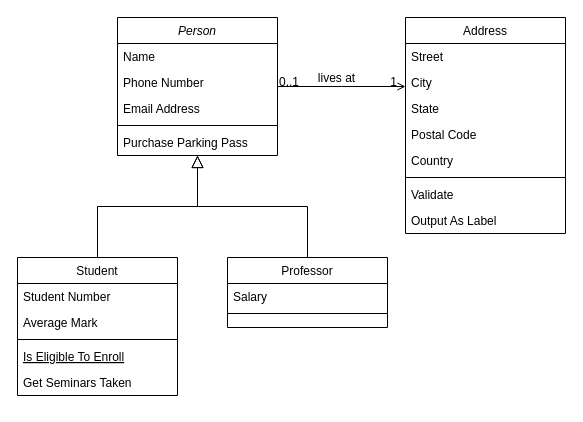
Earlier version of the draw.io diagram Untitled Diagram.drawio (schmiJo/isaacgym_sandbox). Source tidied: cells renumbered, new cells numbered last; positions are measured from the earlier drawing's top-left corner, leaving out a move shared by most shapes. Both pictures are drawn from the tidied source at 100%, with x=0, y=0 at pixel (17, 17).
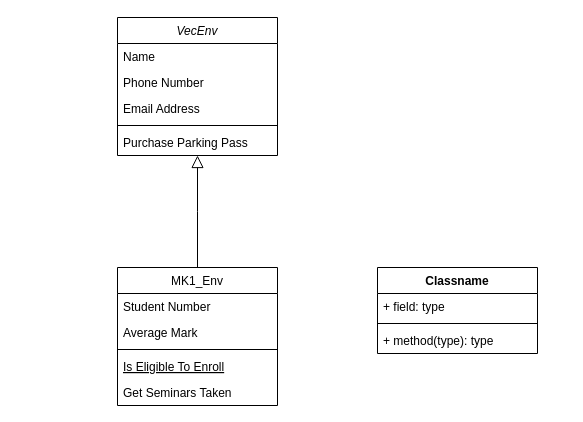
The same diagram, later.

The edit, as a diff of the source:
```diff
@@
-    <mxCell id="2" value="Person" style="swimlane;fontStyle=2;align=center;verticalAlign=top;horizontal=1;startSize=26;rounded=0;shadow=0;strokeWidth=1;" parent="1" vertex="1">
+    <mxCell id="2" value="VecEnv" style="swimlane;fontStyle=2;align=center;verticalAlign=top;horizontal=1;startSize=26;rounded=0;shadow=0;strokeWidth=1;" parent="1" vertex="1">
       <mxGeometry x="100" width="160" height="138" as="geometry" />
     </mxCell>
@@
-    <mxCell id="8" value="Student" style="swimlane;fontStyle=0;align=center;verticalAlign=top;horizontal=1;startSize=26;rounded=0;shadow=0;strokeWidth=1;" parent="1" vertex="1">
-      <mxGeometry y="240" width="160" height="138" as="geometry" />
+    <mxCell id="8" value="MK1_Env" style="swimlane;fontStyle=0;align=center;verticalAlign=top;horizontal=1;startSize=26;rounded=0;shadow=0;strokeWidth=1;" parent="1" vertex="1">
+      <mxGeometry x="100" y="250" width="160" height="138" as="geometry" />
     </mxCell>
@@
-    <mxCell id="15" value="Professor" style="swimlane;fontStyle=0;align=center;verticalAlign=top;horizontal=1;startSize=26;rounded=0;shadow=0;strokeWidth=1;" parent="1" vertex="1">
-      <mxGeometry x="210" y="240" width="160" height="70" as="geometry" />
-    </mxCell>
-    <mxCell id="16" value="Salary" style="text;align=left;verticalAlign=top;spacingLeft=4;spacingRight=4;overflow=hidden;" parent="15" vertex="1">
-      <mxGeometry y="26" width="160" height="26" as="geometry" />
-    </mxCell>
-    <mxCell id="17" style="line;html=1;strokeWidth=1;align=left;verticalAlign=middle;spacingTop=-1;spacingLeft=3;spacingRight=3;labelPosition=right;" parent="15" vertex="1">
-      <mxGeometry y="52" width="160" height="8" as="geometry" />
-    </mxCell>
-    <mxCell id="18" style="endArrow=block;endSize=10;endFill=0;shadow=0;strokeWidth=1;rounded=0;edgeStyle=elbowEdgeStyle;elbow=vertical;" parent="1" edge="1" source="15" target="2">
-      <mxGeometry relative="1" as="geometry" />
-    </mxCell>
-    <mxCell id="19" value="Address" style="swimlane;fontStyle=0;align=center;verticalAlign=top;horizontal=1;startSize=26;rounded=0;shadow=0;strokeWidth=1;" parent="1" vertex="1">
-      <mxGeometry x="388" width="160" height="216" as="geometry" />
-    </mxCell>
-    <mxCell id="20" value="Street" style="text;align=left;verticalAlign=top;spacingLeft=4;spacingRight=4;overflow=hidden;" parent="19" vertex="1">
-      <mxGeometry y="26" width="160" height="26" as="geometry" />
-    </mxCell>
-    <mxCell id="21" value="City" style="text;align=left;verticalAlign=top;spacingLeft=4;spacingRight=4;overflow=hidden;rounded=0;shadow=0;html=0;" parent="19" vertex="1">
-      <mxGeometry y="52" width="160" height="26" as="geometry" />
-    </mxCell>
-    <mxCell id="22" value="State" style="text;align=left;verticalAlign=top;spacingLeft=4;spacingRight=4;overflow=hidden;rounded=0;shadow=0;html=0;" parent="19" vertex="1">
-      <mxGeometry y="78" width="160" height="26" as="geometry" />
-    </mxCell>
-    <mxCell id="23" value="Postal Code" style="text;align=left;verticalAlign=top;spacingLeft=4;spacingRight=4;overflow=hidden;rounded=0;shadow=0;html=0;" parent="19" vertex="1">
-      <mxGeometry y="104" width="160" height="26" as="geometry" />
-    </mxCell>
-    <mxCell id="24" value="Country" style="text;align=left;verticalAlign=top;spacingLeft=4;spacingRight=4;overflow=hidden;rounded=0;shadow=0;html=0;" parent="19" vertex="1">
-      <mxGeometry y="130" width="160" height="26" as="geometry" />
-    </mxCell>
-    <mxCell id="25" style="line;html=1;strokeWidth=1;align=left;verticalAlign=middle;spacingTop=-1;spacingLeft=3;spacingRight=3;labelPosition=right;" parent="19" vertex="1">
-      <mxGeometry y="156" width="160" height="8" as="geometry" />
-    </mxCell>
-    <mxCell id="26" value="Validate" style="text;align=left;verticalAlign=top;spacingLeft=4;spacingRight=4;overflow=hidden;" parent="19" vertex="1">
-      <mxGeometry y="164" width="160" height="26" as="geometry" />
-    </mxCell>
-    <mxCell id="27" value="Output As Label" style="text;align=left;verticalAlign=top;spacingLeft=4;spacingRight=4;overflow=hidden;" parent="19" vertex="1">
-      <mxGeometry y="190" width="160" height="26" as="geometry" />
-    </mxCell>
-    <mxCell id="28" style="endArrow=open;shadow=0;strokeWidth=1;rounded=0;endFill=1;edgeStyle=elbowEdgeStyle;elbow=vertical;" parent="1" edge="1" source="2" target="19">
-      <mxGeometry x="0.5" y="41" relative="1" as="geometry">
-        <mxPoint x="-40" y="32" as="offset" />
-      </mxGeometry>
-    </mxCell>
-    <mxCell id="29" value="0..1" style="align=left;verticalAlign=bottom;labelBackgroundColor=none;fontSize=12;" parent="28" vertex="1">
-      <mxGeometry x="-1" relative="1" as="geometry">
-        <mxPoint y="4" as="offset" />
-      </mxGeometry>
-    </mxCell>
-    <mxCell id="30" value="1" style="align=right;verticalAlign=bottom;labelBackgroundColor=none;fontSize=12;" parent="28" vertex="1">
-      <mxGeometry x="1" relative="1" as="geometry">
-        <mxPoint x="-7" y="4" as="offset" />
-      </mxGeometry>
-    </mxCell>
-    <mxCell id="31" value="lives at" style="text;html=1;align=center;verticalAlign=middle;labelBackgroundColor=none;rounded=0;shadow=0;strokeWidth=1;fontSize=12;" parent="28" vertex="1">
-      <mxGeometry x="0.5" y="49" relative="1" as="geometry">
-        <mxPoint x="-38" y="40" as="offset" />
-      </mxGeometry>
-    </mxCell>
+    <mxCell id="32" value="Classname" style="swimlane;fontStyle=1;align=center;verticalAlign=top;horizontal=1;startSize=26;" parent="1" vertex="1">
+      <mxGeometry x="360" y="250" width="160" height="86" as="geometry" />
+    </mxCell>
+    <mxCell id="33" value="+ field: type" style="text;strokeColor=none;fillColor=none;align=left;verticalAlign=top;spacingLeft=4;spacingRight=4;overflow=hidden;" parent="32" vertex="1">
+      <mxGeometry y="26" width="160" height="26" as="geometry" />
+    </mxCell>
+    <mxCell id="34" style="line;strokeWidth=1;fillColor=none;align=left;verticalAlign=middle;spacingTop=-1;spacingLeft=3;spacingRight=3;labelPosition=right;" parent="32" vertex="1">
+      <mxGeometry y="52" width="160" height="8" as="geometry" />
+    </mxCell>
+    <mxCell id="35" value="+ method(type): type" style="text;strokeColor=none;fillColor=none;align=left;verticalAlign=top;spacingLeft=4;spacingRight=4;overflow=hidden;" parent="32" vertex="1">
+      <mxGeometry y="60" width="160" height="26" as="geometry" />
+    </mxCell>
```
